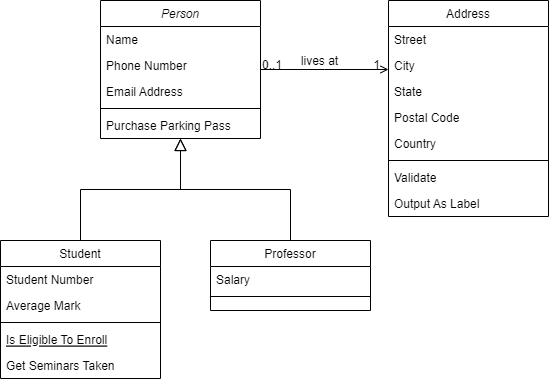
The draw.io diagram Module3/ProgrammingAssignment/ChapterNineAssignment/GamingComputerUML.png in njlowhorn/Java_Class, before a commit. Source tidied: cells renumbered, new cells last; positions are measured from the earlier drawing's top-left corner, leaving out a move shared by most shapes.
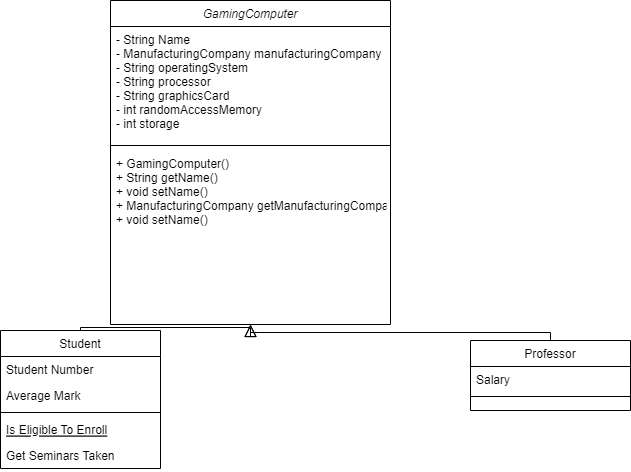
The same file after the commit.

What changed in the source:
```diff
@@ -2,23 +2,17 @@
   <root>
     <mxCell id="0" />
     <mxCell id="1" parent="0" />
-    <mxCell id="2" value="Person" style="swimlane;fontStyle=2;align=center;verticalAlign=top;horizontal=1;startSize=26;rounded=0;shadow=0;strokeWidth=1;" parent="1" vertex="1">
-      <mxGeometry x="100" width="160" height="138" as="geometry" />
+    <mxCell id="2" value="GamingComputer" style="swimlane;fontStyle=2;align=center;verticalAlign=top;horizontal=1;startSize=26;rounded=0;shadow=0;strokeWidth=1;" parent="1" vertex="1">
+      <mxGeometry x="110" y="-90" width="280" height="324" as="geometry" />
     </mxCell>
-    <mxCell id="3" value="Name" style="text;align=left;verticalAlign=top;spacingLeft=4;spacingRight=4;overflow=hidden;" parent="2" vertex="1">
-      <mxGeometry y="26" width="160" height="26" as="geometry" />
+    <mxCell id="3" value="- String Name&#10;- ManufacturingCompany manufacturingCompany&#10;- String operatingSystem&#10;- String processor&#10;- String graphicsCard&#10;- int randomAccessMemory&#10;- int storage" style="text;align=left;verticalAlign=top;spacingLeft=4;spacingRight=4;overflow=hidden;" parent="2" vertex="1">
+      <mxGeometry y="26" width="280" height="114" as="geometry" />
     </mxCell>
-    <mxCell id="4" value="Phone Number" style="text;align=left;verticalAlign=top;spacingLeft=4;spacingRight=4;overflow=hidden;rounded=0;shadow=0;html=0;" parent="2" vertex="1">
-      <mxGeometry y="52" width="160" height="26" as="geometry" />
-    </mxCell>
-    <mxCell id="5" value="Email Address" style="text;align=left;verticalAlign=top;spacingLeft=4;spacingRight=4;overflow=hidden;rounded=0;shadow=0;html=0;" parent="2" vertex="1">
-      <mxGeometry y="78" width="160" height="26" as="geometry" />
-    </mxCell>
     <mxCell id="6" style="line;html=1;strokeWidth=1;align=left;verticalAlign=middle;spacingTop=-1;spacingLeft=3;spacingRight=3;labelPosition=right;" parent="2" vertex="1">
-      <mxGeometry y="104" width="160" height="8" as="geometry" />
+      <mxGeometry y="140" width="280" height="10" as="geometry" />
     </mxCell>
-    <mxCell id="7" value="Purchase Parking Pass" style="text;align=left;verticalAlign=top;spacingLeft=4;spacingRight=4;overflow=hidden;" parent="2" vertex="1">
-      <mxGeometry y="112" width="160" height="26" as="geometry" />
+    <mxCell id="7" value="+ GamingComputer()&#10;+ String getName()&#10;+ void setName()&#10;+ ManufacturingCompany getManufacturingCompany()&#10;+ void setName()" style="text;align=left;verticalAlign=top;spacingLeft=4;spacingRight=4;overflow=hidden;" parent="2" vertex="1">
+      <mxGeometry y="150" width="280" height="150" as="geometry" />
     </mxCell>
     <mxCell id="8" value="Student" style="swimlane;fontStyle=0;align=center;verticalAlign=top;horizontal=1;startSize=26;rounded=0;shadow=0;strokeWidth=1;" parent="1" vertex="1">
       <mxGeometry y="240" width="160" height="138" as="geometry" />
@@ -42,7 +36,7 @@
       <mxGeometry relative="1" as="geometry" />
     </mxCell>
     <mxCell id="15" value="Professor" style="swimlane;fontStyle=0;align=center;verticalAlign=top;horizontal=1;startSize=26;rounded=0;shadow=0;strokeWidth=1;" parent="1" vertex="1">
-      <mxGeometry x="210" y="240" width="160" height="70" as="geometry" />
+      <mxGeometry x="470" y="250" width="160" height="70" as="geometry" />
     </mxCell>
     <mxCell id="16" value="Salary" style="text;align=left;verticalAlign=top;spacingLeft=4;spacingRight=4;overflow=hidden;" parent="15" vertex="1">
       <mxGeometry y="26" width="160" height="26" as="geometry" />
@@ -53,52 +47,5 @@
     <mxCell id="18" style="endArrow=block;endSize=10;endFill=0;shadow=0;strokeWidth=1;rounded=0;edgeStyle=elbowEdgeStyle;elbow=vertical;" parent="1" edge="1" source="15" target="2">
       <mxGeometry relative="1" as="geometry" />
     </mxCell>
-    <mxCell id="19" value="Address" style="swimlane;fontStyle=0;align=center;verticalAlign=top;horizontal=1;startSize=26;rounded=0;shadow=0;strokeWidth=1;" parent="1" vertex="1">
-      <mxGeometry x="388" width="160" height="216" as="geometry" />
-    </mxCell>
-    <mxCell id="20" value="Street" style="text;align=left;verticalAlign=top;spacingLeft=4;spacingRight=4;overflow=hidden;" parent="19" vertex="1">
-      <mxGeometry y="26" width="160" height="26" as="geometry" />
-    </mxCell>
-    <mxCell id="21" value="City" style="text;align=left;verticalAlign=top;spacingLeft=4;spacingRight=4;overflow=hidden;rounded=0;shadow=0;html=0;" parent="19" vertex="1">
-      <mxGeometry y="52" width="160" height="26" as="geometry" />
-    </mxCell>
-    <mxCell id="22" value="State" style="text;align=left;verticalAlign=top;spacingLeft=4;spacingRight=4;overflow=hidden;rounded=0;shadow=0;html=0;" parent="19" vertex="1">
-      <mxGeometry y="78" width="160" height="26" as="geometry" />
-    </mxCell>
-    <mxCell id="23" value="Postal Code" style="text;align=left;verticalAlign=top;spacingLeft=4;spacingRight=4;overflow=hidden;rounded=0;shadow=0;html=0;" parent="19" vertex="1">
-      <mxGeometry y="104" width="160" height="26" as="geometry" />
-    </mxCell>
-    <mxCell id="24" value="Country" style="text;align=left;verticalAlign=top;spacingLeft=4;spacingRight=4;overflow=hidden;rounded=0;shadow=0;html=0;" parent="19" vertex="1">
-      <mxGeometry y="130" width="160" height="26" as="geometry" />
-    </mxCell>
-    <mxCell id="25" style="line;html=1;strokeWidth=1;align=left;verticalAlign=middle;spacingTop=-1;spacingLeft=3;spacingRight=3;labelPosition=right;" parent="19" vertex="1">
-      <mxGeometry y="156" width="160" height="8" as="geometry" />
-    </mxCell>
-    <mxCell id="26" value="Validate" style="text;align=left;verticalAlign=top;spacingLeft=4;spacingRight=4;overflow=hidden;" parent="19" vertex="1">
-      <mxGeometry y="164" width="160" height="26" as="geometry" />
-    </mxCell>
-    <mxCell id="27" value="Output As Label" style="text;align=left;verticalAlign=top;spacingLeft=4;spacingRight=4;overflow=hidden;" parent="19" vertex="1">
-      <mxGeometry y="190" width="160" height="26" as="geometry" />
-    </mxCell>
-    <mxCell id="28" style="endArrow=open;shadow=0;strokeWidth=1;rounded=0;endFill=1;edgeStyle=elbowEdgeStyle;elbow=vertical;" parent="1" edge="1" source="2" target="19">
-      <mxGeometry x="0.5" y="41" relative="1" as="geometry">
-        <mxPoint x="-40" y="32" as="offset" />
-      </mxGeometry>
-    </mxCell>
-    <mxCell id="29" value="0..1" style="align=left;verticalAlign=bottom;labelBackgroundColor=none;fontSize=12;" parent="28" vertex="1">
-      <mxGeometry x="-1" relative="1" as="geometry">
-        <mxPoint y="4" as="offset" />
-      </mxGeometry>
-    </mxCell>
-    <mxCell id="30" value="1" style="align=right;verticalAlign=bottom;labelBackgroundColor=none;fontSize=12;" parent="28" vertex="1">
-      <mxGeometry x="1" relative="1" as="geometry">
-        <mxPoint x="-7" y="4" as="offset" />
-      </mxGeometry>
-    </mxCell>
-    <mxCell id="31" value="lives at" style="text;html=1;align=center;verticalAlign=middle;labelBackgroundColor=none;rounded=0;shadow=0;strokeWidth=1;fontSize=12;" parent="28" vertex="1">
-      <mxGeometry x="0.5" y="49" relative="1" as="geometry">
-        <mxPoint x="-38" y="40" as="offset" />
-      </mxGeometry>
-    </mxCell>
   </root>
 </mxGraphModel>
```
